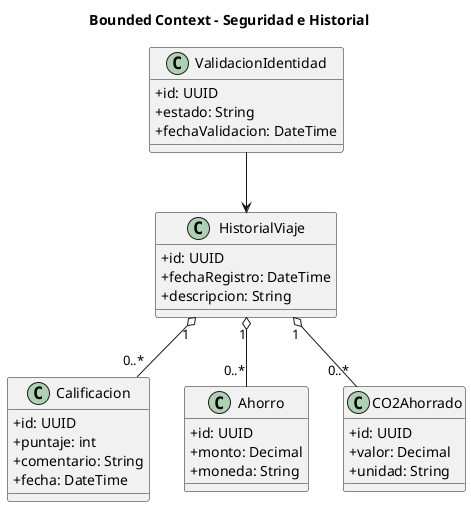
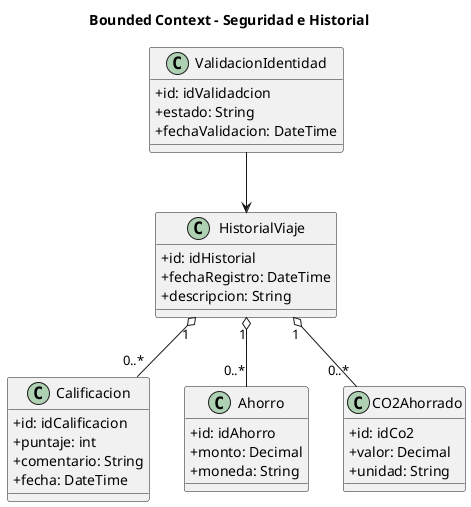
@startuml
skinparam classAttributeIconSize 0

title Bounded Context - Seguridad e Historial

class Calificacion {
-   +id: UUID
+   +id: idCalificacion
  +puntaje: int
  +comentario: String
  +fecha: DateTime
}

class HistorialViaje {
-   +id: UUID
+   +id: idHistorial
  +fechaRegistro: DateTime
  +descripcion: String
}

class Ahorro {
-   +id: UUID
+   +id: idAhorro
  +monto: Decimal
  +moneda: String
}

class CO2Ahorrado {
-   +id: UUID
+   +id: idCo2
  +valor: Decimal
  +unidad: String
}

class ValidacionIdentidad {
-   +id: UUID
+   +id: idValidadcion
  +estado: String
  +fechaValidacion: DateTime
}

HistorialViaje "1" o-- "0..*" Calificacion
HistorialViaje "1" o-- "0..*" Ahorro
HistorialViaje "1" o-- "0..*" CO2Ahorrado
ValidacionIdentidad --> HistorialViaje
@enduml